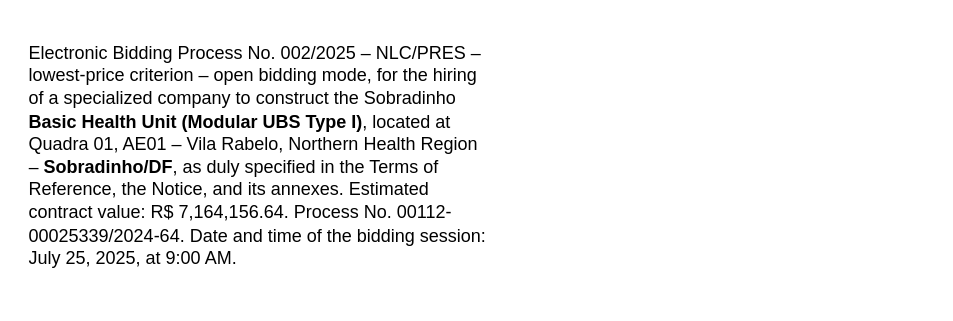
Above: hybrid_rag.drawio in viniciusrpb/drawio_flowcharts (draw.io), before the change. Source tidied: cells renumbered, new cells numbered last; positions are measured from the earlier drawing's top-left corner, leaving out a move shared by most shapes. Both pictures are drawn from the tidied source at 150%, with x=0, y=0 at pixel (26, 26).
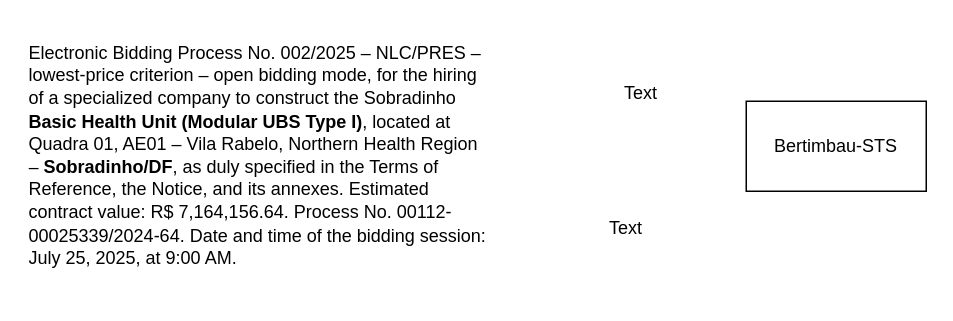
Above is the later version.

The edit, as a diff of the source:
```diff
@@
 <mxGraphModel>
   <root>
     <mxCell id="0" />
     <mxCell id="1" parent="0" />
     <mxCell id="2" value="&lt;h1 style=&quot;margin-top: 0px; line-height: 60%;&quot;&gt;&lt;span style=&quot;background-color: transparent; color: light-dark(rgb(0, 0, 0), rgb(255, 255, 255)); font-size: 12px; font-weight: normal; line-height: 60%;&quot;&gt;Electronic Bidding Process No. 002/2025 – NLC/PRES – lowest-price criterion – open bidding mode, for the hiring of a specialized company to construct the Sobradinho &lt;/span&gt;&lt;span style=&quot;background-color: transparent; color: light-dark(rgb(0, 0, 0), rgb(255, 255, 255)); font-size: 12px; line-height: 60%;&quot;&gt;Basic Health Unit (Modular UBS Type I)&lt;/span&gt;&lt;span style=&quot;background-color: transparent; color: light-dark(rgb(0, 0, 0), rgb(255, 255, 255)); font-size: 12px; font-weight: normal; line-height: 60%;&quot;&gt;, located at Quadra 01, AE01 – Vila Rabelo, Northern Health Region – &lt;/span&gt;&lt;span style=&quot;background-color: transparent; color: light-dark(rgb(0, 0, 0), rgb(255, 255, 255)); font-size: 12px; line-height: 60%;&quot;&gt;Sobradinho/DF&lt;/span&gt;&lt;span style=&quot;background-color: transparent; color: light-dark(rgb(0, 0, 0), rgb(255, 255, 255)); font-size: 12px; font-weight: normal; line-height: 60%;&quot;&gt;, as duly specified in the Terms of Reference, the Notice, and its annexes.&amp;nbsp;&lt;/span&gt;&lt;span style=&quot;background-color: transparent; color: light-dark(rgb(0, 0, 0), rgb(255, 255, 255)); font-size: 12px; font-weight: normal; line-height: 60%;&quot;&gt;Estimated contract value: R$ 7,164,156.64.&amp;nbsp;&lt;/span&gt;&lt;span style=&quot;background-color: transparent; color: light-dark(rgb(0, 0, 0), rgb(255, 255, 255)); font-size: 12px; font-weight: normal; line-height: 60%;&quot;&gt;Process No. 00112-00025339/2024-64.&amp;nbsp;&lt;/span&gt;&lt;span style=&quot;background-color: transparent; color: light-dark(rgb(0, 0, 0), rgb(255, 255, 255)); font-size: 12px; font-weight: normal; line-height: 60%;&quot;&gt;Date and time of the bidding session: July 25, 2025, at 9:00 AM.&lt;/span&gt;&lt;/h1&gt;" style="text;html=1;whiteSpace=wrap;overflow=hidden;rounded=0;" parent="1" vertex="1">
       <mxGeometry width="310" height="160" as="geometry" />
     </mxCell>
+    <mxCell id="3" value="Text" style="text;html=1;whiteSpace=wrap;strokeColor=none;fillColor=none;align=center;verticalAlign=middle;rounded=0;" parent="1" vertex="1">
+      <mxGeometry x="380" y="30" width="60" height="30" as="geometry" />
+    </mxCell>
+    <mxCell id="4" value="Text" style="text;html=1;whiteSpace=wrap;strokeColor=none;fillColor=none;align=center;verticalAlign=middle;rounded=0;" parent="1" vertex="1">
+      <mxGeometry x="370" y="90" width="60" height="90" as="geometry" />
+    </mxCell>
+    <mxCell id="5" value="Bertimbau-STS" style="rounded=0;whiteSpace=wrap;html=1;" parent="1" vertex="1">
+      <mxGeometry x="480" y="50" width="120" height="60" as="geometry" />
+    </mxCell>
   </root>
 </mxGraphModel>
```
